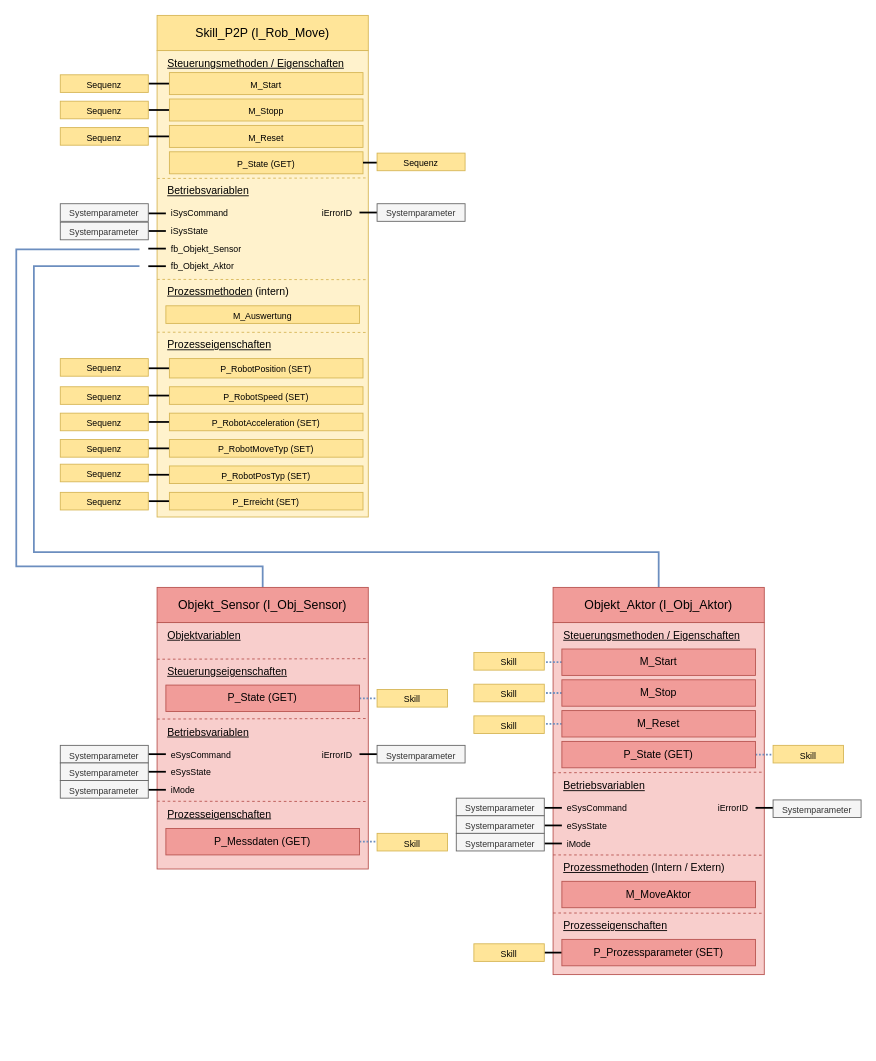
Above: 04_Umsetzung/05_Arbeistpaket_5/01_Skizzen/KorrekturSkillStruktur_V2.drawio in MrZabalu/MasterThesis (draw.io), before the change. Source tidied: cells renumbered, new cells numbered last; positions are measured from the earlier drawing's top-left corner, leaving out a move shared by most shapes. Both pictures are drawn from the tidied source at 88%, with x=0, y=0 at pixel (16, 15).
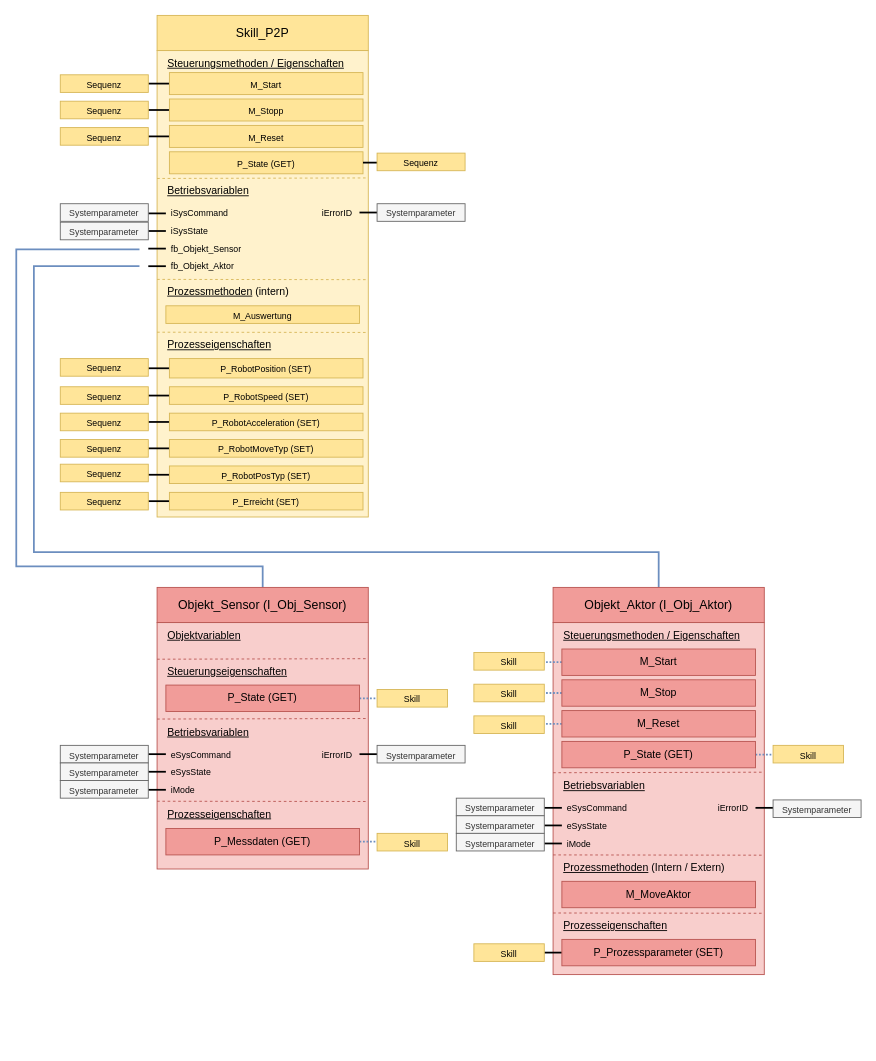
Above is the later version.

Diff of the diagram source:
```diff
@@
-    <mxCell id="67" value="Skill_P2P (I_Rob_Move)" style="rounded=0;whiteSpace=wrap;html=1;fillColor=#FFE599;strokeColor=#d6b656;fontSize=14;" parent="1" vertex="1">
+    <mxCell id="67" value="Skill_P2P" style="rounded=0;whiteSpace=wrap;html=1;fillColor=#FFE599;strokeColor=#d6b656;fontSize=14;" parent="1" vertex="1">
       <mxGeometry x="160" width="240" height="40" as="geometry" />
     </mxCell>
```
